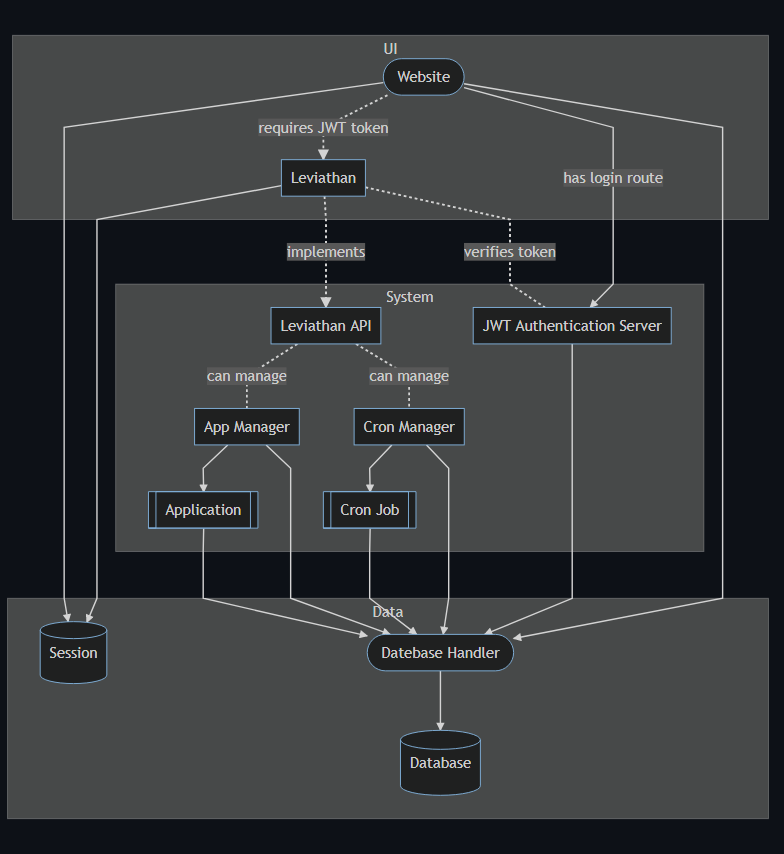
Earlier version of the Mermaid export diagrams/domain.png (olivernybo/leviathan). Its source is kept beside it as diagrams/domain.mmd.
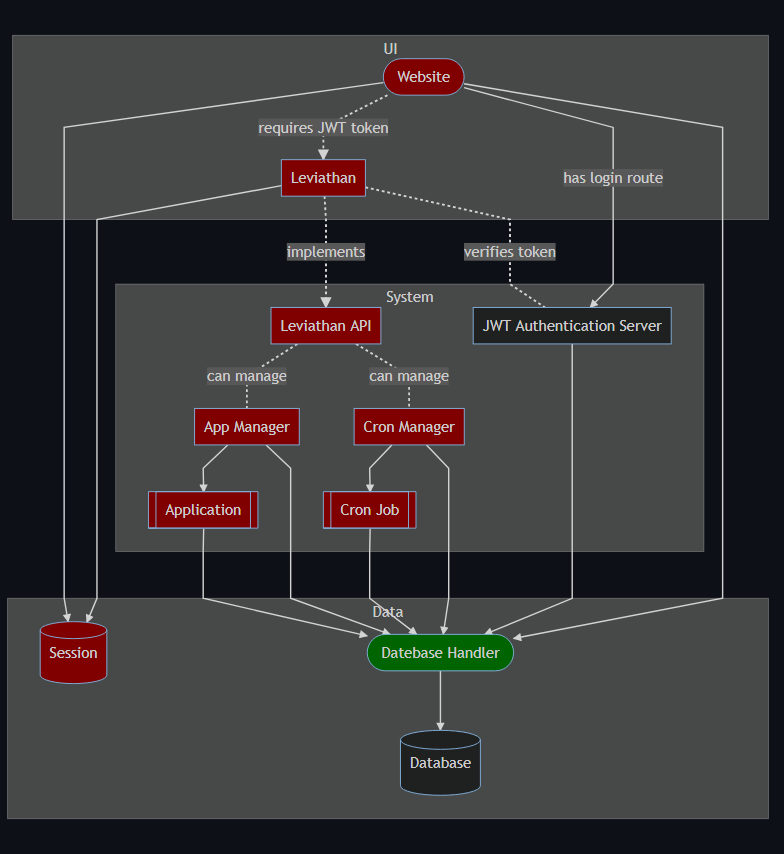
The same diagram one commit later.

Commit message:
added to do and in progress color to domain diagram

The edit, as a diff of the source:
```diff
@@ -1,22 +1,25 @@
 graph TD
+	classDef TODO fill:#800000;
+	classDef IN_PROGRESS fill:#006400;
+
 	subgraph data [Data]
 	db[(Database)]
-	session[(Session)]
-	dbh([Datebase Handler])
+	session[(Session)]:::TODO
+	dbh([Datebase Handler]):::IN_PROGRESS
 	end
 
 	subgraph ui [UI]
-	web([Website])
-	leviathan[Leviathan]
+	web([Website]):::TODO
+	leviathan[Leviathan]:::TODO
 	end
 
 	subgraph system [System]
 	jwt[JWT Authentication Server]
-	api[Leviathan API]
-	cronmanager[Cron Manager]
-	cronjob[[Cron Job]]
-	appmanager[App Manager]
-	app[[Application]]
+	api[Leviathan API]:::TODO
+	cronmanager[Cron Manager]:::TODO
+	cronjob[[Cron Job]]:::TODO
+	appmanager[App Manager]:::TODO
+	app[[Application]]:::TODO
 	end
 
 	web-->dbh
```
